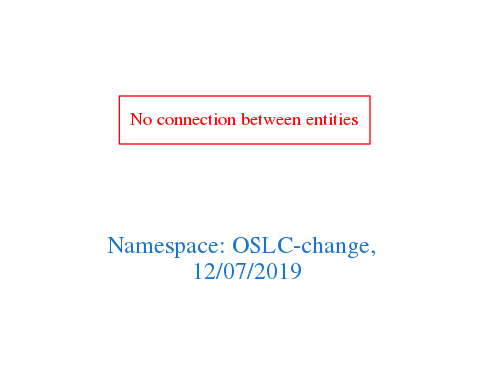
arago/OGIT keeps this Graphviz diagram as downloads/OSLC-change.png. Above is the earlier version. Its source is kept beside it as downloads/OSLC-change.dot.
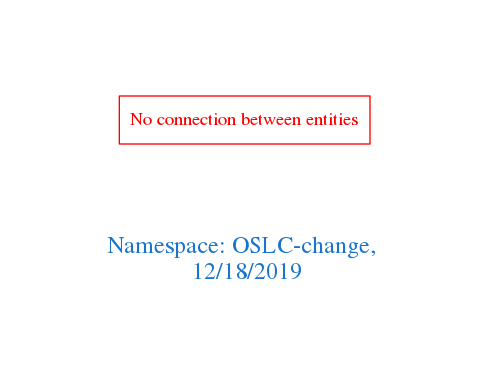
The same file after the commit.

Change to the diagram source:
```diff
@@ -1,7 +1,7 @@
 digraph OGIT_ontology {
  graph [ rankdir= LR,pad=1
 fontsize = 18,
-fontcolor= dodgerblue3,label = "\n\n\nNamespace: OSLC-change, \n 12/07/2019"];
+fontcolor= dodgerblue3,label = "\n\n\nNamespace: OSLC-change, \n 12/18/2019"];
 node[shape=polygon];
 edge [  color="gray81"];
 
```
